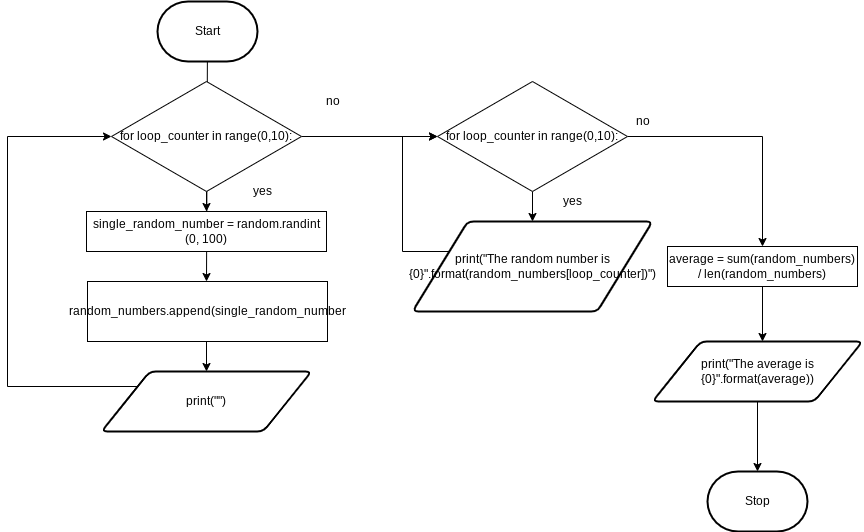
This is flowchat.png from Kyanh-Pham/ICS3U-Unit6-01-Python, a draw.io export, as it was before one commit. Source tidied: cells renumbered, new cells last; positions are measured from the earlier drawing's top-left corner, leaving out a move shared by most shapes.
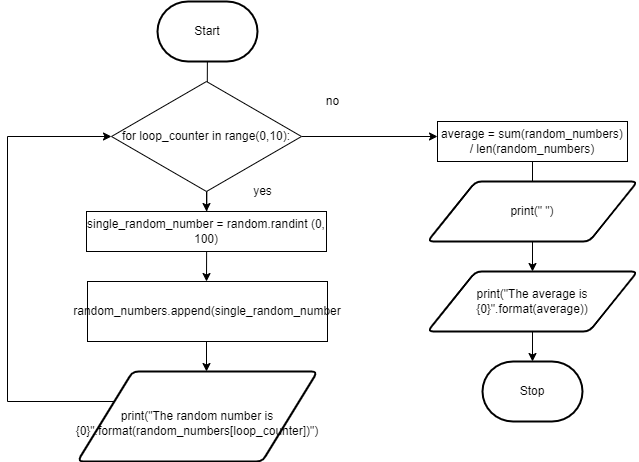
After the commit.

What changed in the source:
```diff
@@ -10,13 +10,14 @@
     <mxCell id="3" value="Start" style="strokeWidth=2;html=1;shape=mxgraph.flowchart.terminator;whiteSpace=wrap;" parent="1" vertex="1">
       <mxGeometry x="150" width="100" height="60" as="geometry" />
     </mxCell>
-    <mxCell id="4" style="edgeStyle=orthogonalEdgeStyle;rounded=0;html=1;entryX=0.5;entryY=0;entryDx=0;entryDy=0;" parent="1" edge="1" target="14">
+    <mxCell id="4" style="edgeStyle=orthogonalEdgeStyle;rounded=0;html=1;entryX=0.5;entryY=0;entryDx=0;entryDy=0;" parent="1" edge="1">
       <mxGeometry relative="1" as="geometry">
         <mxPoint x="199" y="340" as="sourcePoint" />
+        <mxPoint x="199" y="370" as="targetPoint" />
       </mxGeometry>
     </mxCell>
     <mxCell id="5" value="Stop" style="strokeWidth=2;html=1;shape=mxgraph.flowchart.terminator;whiteSpace=wrap;" parent="1" vertex="1">
-      <mxGeometry x="700" y="470" width="100" height="60" as="geometry" />
+      <mxGeometry x="475" y="360" width="100" height="60" as="geometry" />
     </mxCell>
     <mxCell id="6" style="edgeStyle=orthogonalEdgeStyle;html=1;strokeColor=none;rounded=0;" parent="1" edge="1">
       <mxGeometry relative="1" as="geometry">
@@ -44,63 +45,36 @@
     <mxCell id="12" value="yes" style="text;html=1;align=center;verticalAlign=middle;fillColor=none;strokeColor=none;rounded=0;" parent="1" vertex="1">
       <mxGeometry x="240" y="180" width="30" height="20" as="geometry" />
     </mxCell>
-    <mxCell id="13" style="edgeStyle=orthogonalEdgeStyle;html=1;entryX=0;entryY=0.5;entryDx=0;entryDy=0;rounded=0;" parent="1" edge="1" source="14" target="9">
+    <mxCell id="13" style="edgeStyle=orthogonalEdgeStyle;html=1;entryX=0;entryY=0.5;entryDx=0;entryDy=0;rounded=0;" parent="1" edge="1" target="9">
       <mxGeometry relative="1" as="geometry">
+        <mxPoint x="130.2" y="385" as="sourcePoint" />
         <Array as="points">
-          <mxPoint y="385" />
+          <mxPoint x="130" y="400" />
+          <mxPoint y="400" />
           <mxPoint y="135" />
         </Array>
       </mxGeometry>
     </mxCell>
-    <mxCell id="14" value="print(&quot;&quot;)" style="shape=parallelogram;html=1;strokeWidth=2;perimeter=parallelogramPerimeter;whiteSpace=wrap;rounded=1;arcSize=12;size=0.23;" parent="1" vertex="1">
-      <mxGeometry x="94" y="370" width="210" height="60" as="geometry" />
-    </mxCell>
     <mxCell id="15" value="no" style="text;html=1;align=center;verticalAlign=middle;fillColor=none;strokeColor=none;rounded=0;" parent="1" vertex="1">
       <mxGeometry x="310" y="90" width="30" height="20" as="geometry" />
     </mxCell>
-    <mxCell id="16" style="edgeStyle=orthogonalEdgeStyle;rounded=0;html=1;" parent="1" edge="1" source="18">
-      <mxGeometry relative="1" as="geometry">
-        <mxPoint x="525" y="220" as="targetPoint" />
-      </mxGeometry>
-    </mxCell>
-    <mxCell id="17" style="edgeStyle=orthogonalEdgeStyle;rounded=0;html=1;entryX=0.5;entryY=0;entryDx=0;entryDy=0;" parent="1" edge="1" source="18" target="24">
-      <mxGeometry relative="1" as="geometry" />
-    </mxCell>
-    <mxCell id="18" value="for loop_counter in range(0,10):" style="rhombus;whiteSpace=wrap;html=1;" parent="1" vertex="1">
-      <mxGeometry x="430" y="80" width="190" height="110" as="geometry" />
-    </mxCell>
-    <mxCell id="19" value="yes" style="text;html=1;align=center;verticalAlign=middle;fillColor=none;strokeColor=none;rounded=0;" parent="1" vertex="1">
-      <mxGeometry x="550" y="190" width="30" height="20" as="geometry" />
-    </mxCell>
-    <mxCell id="20" style="edgeStyle=orthogonalEdgeStyle;rounded=0;html=1;entryX=0;entryY=0.5;entryDx=0;entryDy=0;" parent="1" edge="1" source="21" target="18">
-      <mxGeometry relative="1" as="geometry">
-        <Array as="points">
-          <mxPoint x="395" y="250" />
-          <mxPoint x="395" y="135" />
-        </Array>
-      </mxGeometry>
-    </mxCell>
+    <mxCell id="27" style="edgeStyle=none;html=1;entryX=0.5;entryY=0;entryDx=0;entryDy=0;" parent="1" edge="1" source="24" target="26">
+      <mxGeometry relative="1" as="geometry" />
+    </mxCell>
+    <mxCell id="24" value="average = sum(random_numbers) / len(random_numbers)" style="rounded=0;whiteSpace=wrap;html=1;" parent="1" vertex="1">
+      <mxGeometry x="430" y="120" width="190" height="40" as="geometry" />
+    </mxCell>
+    <mxCell id="28" style="edgeStyle=none;html=1;entryX=0.5;entryY=0;entryDx=0;entryDy=0;entryPerimeter=0;" parent="1" edge="1" source="26" target="5">
+      <mxGeometry relative="1" as="geometry" />
+    </mxCell>
+    <mxCell id="26" value="print(&quot;The average is {0}&quot;.format(average))" style="shape=parallelogram;html=1;strokeWidth=2;perimeter=parallelogramPerimeter;whiteSpace=wrap;rounded=1;arcSize=12;size=0.23;" parent="1" vertex="1">
+      <mxGeometry x="420" y="270" width="210" height="60" as="geometry" />
+    </mxCell>
-    <mxCell id="21" value="print(&quot;The random number is {0}&quot;.format(random_numbers[loop_counter])&quot;)" style="shape=parallelogram;html=1;strokeWidth=2;perimeter=parallelogramPerimeter;whiteSpace=wrap;rounded=1;arcSize=12;size=0.23;" parent="1" vertex="1">
-      <mxGeometry x="405" y="220" width="240" height="90" as="geometry" />
+    <mxCell id="21" value="&lt;br&gt;&lt;span style=&quot;font-family: &amp;#34;helvetica&amp;#34; ; font-size: 12px ; font-style: normal ; font-weight: 400 ; letter-spacing: normal ; text-align: center ; text-indent: 0px ; text-transform: none ; word-spacing: 0px ; display: inline ; float: none&quot;&gt;print(&quot;The random number is {0}&quot;.format(random_numbers[loop_counter])&quot;)&lt;/span&gt;" style="shape=parallelogram;html=1;strokeWidth=2;perimeter=parallelogramPerimeter;whiteSpace=wrap;rounded=1;arcSize=12;size=0.23;" parent="1" vertex="1">
+      <mxGeometry x="70" y="370" width="240" height="90" as="geometry" />
     </mxCell>
-    <mxCell id="22" value="no" style="text;html=1;align=center;verticalAlign=middle;fillColor=none;strokeColor=none;rounded=0;" parent="1" vertex="1">
-      <mxGeometry x="620" y="110" width="30" height="20" as="geometry" />
-    </mxCell>
-    <mxCell id="23" style="edgeStyle=orthogonalEdgeStyle;rounded=0;html=1;" parent="1" edge="1" source="24">
-      <mxGeometry relative="1" as="geometry">
-        <mxPoint x="755" y="340" as="targetPoint" />
-      </mxGeometry>
-    </mxCell>
-    <mxCell id="24" value="average = sum(random_numbers) / len(random_numbers)" style="rounded=0;whiteSpace=wrap;html=1;" parent="1" vertex="1">
-      <mxGeometry x="660" y="245" width="190" height="40" as="geometry" />
-    </mxCell>
-    <mxCell id="25" style="edgeStyle=orthogonalEdgeStyle;rounded=0;html=1;" parent="1" edge="1" source="26">
-      <mxGeometry relative="1" as="geometry">
-        <mxPoint x="750" y="470" as="targetPoint" />
-      </mxGeometry>
-    </mxCell>
-    <mxCell id="26" value="print(&quot;The average is {0}&quot;.format(average))" style="shape=parallelogram;html=1;strokeWidth=2;perimeter=parallelogramPerimeter;whiteSpace=wrap;rounded=1;arcSize=12;size=0.23;" parent="1" vertex="1">
-      <mxGeometry x="645" y="340" width="210" height="60" as="geometry" />
-    </mxCell>
+    <mxCell id="29" value="print(&quot; &quot;)" style="shape=parallelogram;html=1;strokeWidth=2;perimeter=parallelogramPerimeter;whiteSpace=wrap;rounded=1;arcSize=12;size=0.23;" parent="1" vertex="1">
+      <mxGeometry x="420" y="180" width="210" height="60" as="geometry" />
+    </mxCell>
   </root>
 </mxGraphModel>
```
